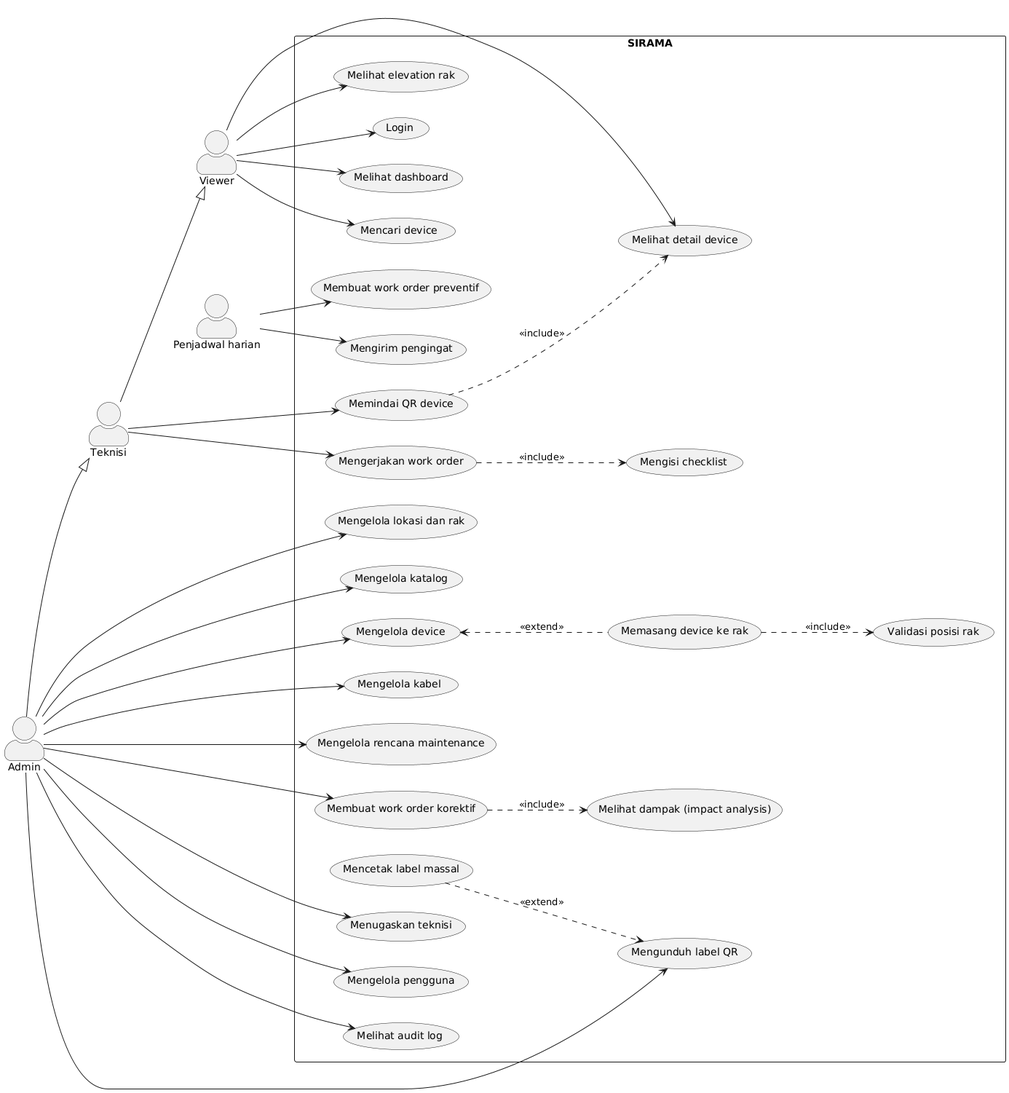
The PlantUML diagram docs/diagrams/use-case.png in haldrianlab-arch/DCM_PROJECT, before a commit. Its diagram source:
```plantuml
@startuml
left to right direction
skinparam actorStyle awesome

actor Viewer
actor Teknisi
actor Admin
actor "Penjadwal harian" as Cron

Teknisi --|> Viewer
Admin --|> Teknisi

rectangle SIRAMA {
  usecase "Login" as UC01
  usecase "Melihat dashboard" as UC02
  usecase "Mencari device" as UC03
  usecase "Melihat elevation rak" as UC04
  usecase "Melihat detail device" as UC05
  usecase "Memindai QR device" as UC06

  usecase "Mengerjakan work order" as UC10
  usecase "Mengisi checklist" as UC11

  usecase "Mengelola lokasi dan rak" as UC20
  usecase "Mengelola katalog" as UC21
  usecase "Mengelola device" as UC22
  usecase "Memasang device ke rak" as UC23
  usecase "Validasi posisi rak" as UC24
  usecase "Mengelola kabel" as UC25
  usecase "Mengelola rencana maintenance" as UC26
  usecase "Membuat work order korektif" as UC27
  usecase "Melihat dampak (impact analysis)" as UC28
  usecase "Menugaskan teknisi" as UC29
  usecase "Mengunduh label QR" as UC30
  usecase "Mencetak label massal" as UC31
  usecase "Mengelola pengguna" as UC32
  usecase "Melihat audit log" as UC33

  usecase "Membuat work order preventif" as UC40
  usecase "Mengirim pengingat" as UC41
}

Viewer --> UC01
Viewer --> UC02
Viewer --> UC03
Viewer --> UC04
Viewer --> UC05

Teknisi --> UC06
Teknisi --> UC10

Admin --> UC20
Admin --> UC21
Admin --> UC22
Admin --> UC25
Admin --> UC26
Admin --> UC27
Admin --> UC29
Admin --> UC30
Admin --> UC32
Admin --> UC33

Cron --> UC40
Cron --> UC41

UC10 ..> UC11 : <<include>>
UC22 <.. UC23 : <<extend>>
UC23 ..> UC24 : <<include>>
UC27 ..> UC28 : <<include>>
UC31 ..> UC30 : <<extend>>
UC06 ..> UC05 : <<include>>
@enduml
```
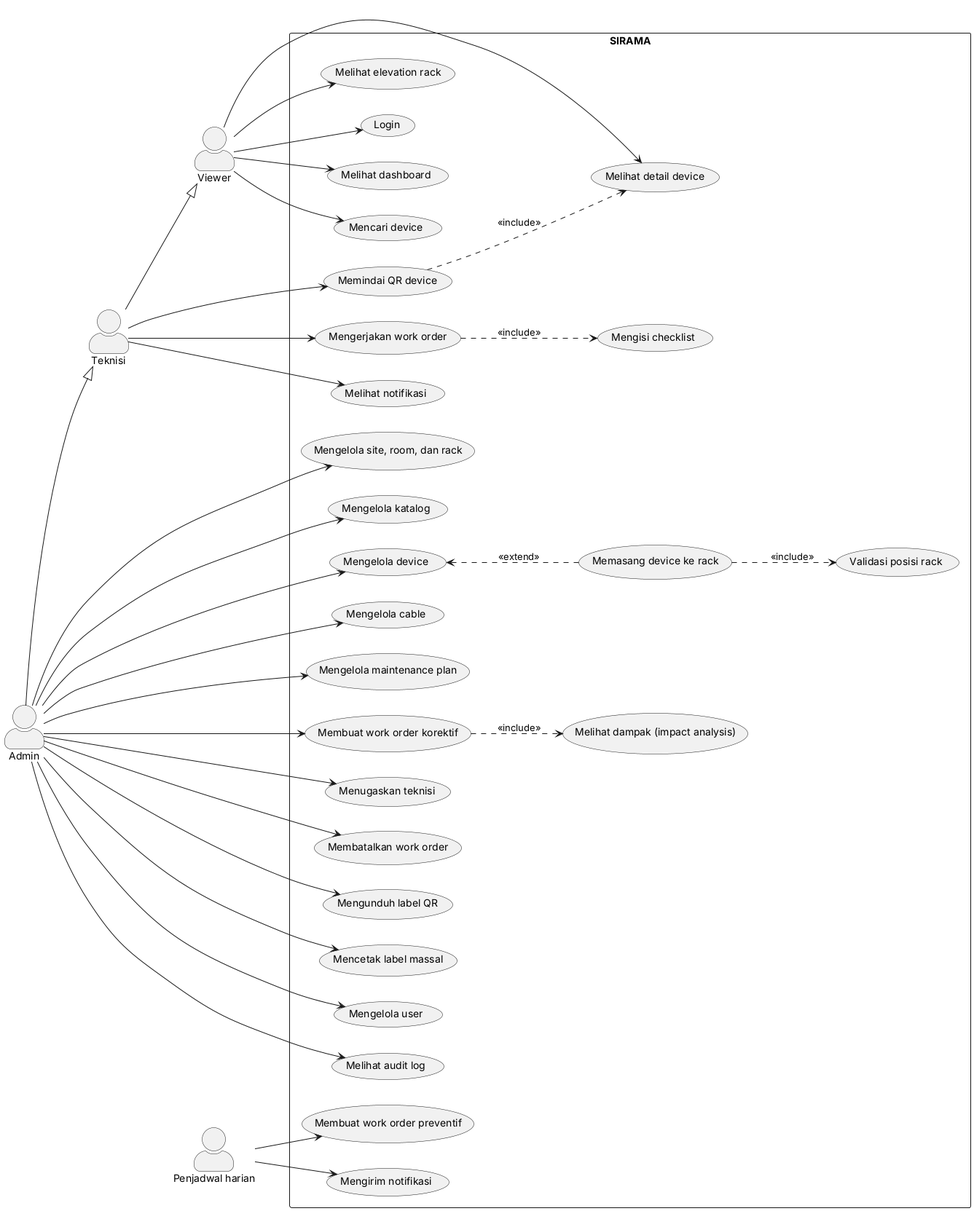
The same file after the commit.

Commit message:
docs: PRD v0.3, design spec v0.3, flowchart dan use case diperbarui

What changed in the source:
```diff
@@ -14,30 +14,32 @@
   usecase "Login" as UC01
   usecase "Melihat dashboard" as UC02
   usecase "Mencari device" as UC03
-  usecase "Melihat elevation rak" as UC04
+  usecase "Melihat elevation rack" as UC04
   usecase "Melihat detail device" as UC05
+
   usecase "Memindai QR device" as UC06
-
   usecase "Mengerjakan work order" as UC10
   usecase "Mengisi checklist" as UC11
+  usecase "Melihat notifikasi" as UC12
 
-  usecase "Mengelola lokasi dan rak" as UC20
+  usecase "Mengelola site, room, dan rack" as UC20
   usecase "Mengelola katalog" as UC21
   usecase "Mengelola device" as UC22
-  usecase "Memasang device ke rak" as UC23
-  usecase "Validasi posisi rak" as UC24
-  usecase "Mengelola kabel" as UC25
-  usecase "Mengelola rencana maintenance" as UC26
+  usecase "Memasang device ke rack" as UC23
+  usecase "Validasi posisi rack" as UC24
+  usecase "Mengelola cable" as UC25
+  usecase "Mengelola maintenance plan" as UC26
   usecase "Membuat work order korektif" as UC27
   usecase "Melihat dampak (impact analysis)" as UC28
   usecase "Menugaskan teknisi" as UC29
-  usecase "Mengunduh label QR" as UC30
-  usecase "Mencetak label massal" as UC31
-  usecase "Mengelola pengguna" as UC32
-  usecase "Melihat audit log" as UC33
+  usecase "Membatalkan work order" as UC30
+  usecase "Mengunduh label QR" as UC31
+  usecase "Mencetak label massal" as UC32
+  usecase "Mengelola user" as UC33
+  usecase "Melihat audit log" as UC34
 
   usecase "Membuat work order preventif" as UC40
-  usecase "Mengirim pengingat" as UC41
+  usecase "Mengirim notifikasi" as UC41
 }
 
 Viewer --> UC01
@@ -48,6 +50,7 @@
 
 Teknisi --> UC06
 Teknisi --> UC10
+Teknisi --> UC12
 
 Admin --> UC20
 Admin --> UC21
@@ -57,16 +60,17 @@
 Admin --> UC27
 Admin --> UC29
 Admin --> UC30
+Admin --> UC31
 Admin --> UC32
 Admin --> UC33
+Admin --> UC34
 
 Cron --> UC40
 Cron --> UC41
 
+UC06 ..> UC05 : <<include>>
 UC10 ..> UC11 : <<include>>
 UC22 <.. UC23 : <<extend>>
 UC23 ..> UC24 : <<include>>
 UC27 ..> UC28 : <<include>>
-UC31 ..> UC30 : <<extend>>
-UC06 ..> UC05 : <<include>>
 @enduml
```
